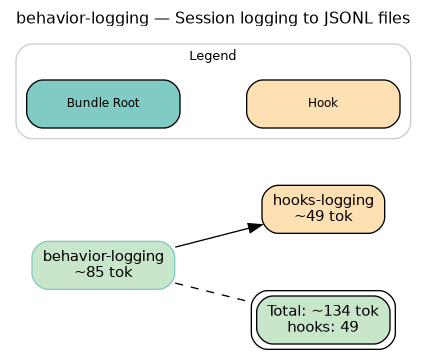
Before: behaviors/logging.png, a diagram exported from Graphviz (microsoft/amplifier-foundation). Its source is kept beside it as behaviors/logging.dot. Source of this version:
```dot
digraph behavior_logging {
    rankdir=LR
    fontname="Helvetica"
    fontsize=12
    label="behavior-logging — Session logging to JSONL files"
    labelloc=t
    labeljust=c
    compound=true
    nodesep=0.6
    ranksep=0.7
    bgcolor="white"
    source_hash="9d5880d9082c2cf100937d2e89dc44be02af28ec2f37e1986bc339985a7cf3e6"

    node [fontname="Helvetica", fontsize=11, style="filled,rounded"]
    edge [fontname="Helvetica", fontsize=9]

    root [label="behavior-logging\n~85 tok", shape=box, fillcolor="#c8e6c9", style="filled,rounded", color="#80cbc4"]
    hook_hooks_logging [label="hooks-logging\n~49 tok", shape=box, fillcolor="#ffe0b2", style="filled,rounded"]
    summary [label="Total: ~134 tok\nhooks: 49", shape=box, fillcolor="#c8e6c9", style="filled,rounded", peripheries=2]

    root -> hook_hooks_logging
    root -> summary [style=dashed, arrowhead=none]

    subgraph cluster_legend {
        label="Legend"
        style="filled,rounded"
        fillcolor="white"
        color="#cccccc"
        fontsize=10
        node [shape=box, fontsize=9, width=1.6]
        leg_root [label="Bundle Root", shape=box, fillcolor="#80cbc4", style="filled,rounded"]
        leg_hook [label="Hook", shape=box, fillcolor="#ffe0b2", style="filled,rounded"]
        leg_root -> leg_hook [style=invis]
    }
}
```
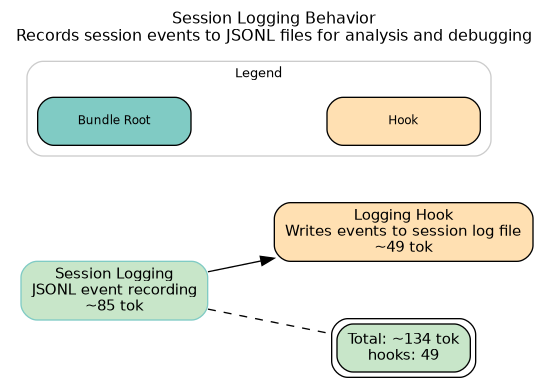
After the change.

Change to the diagram source:
```diff
@@ -2,7 +2,7 @@
     rankdir=LR
     fontname="Helvetica"
     fontsize=12
-    label="behavior-logging — Session logging to JSONL files"
+    label="Session Logging Behavior\nRecords session events to JSONL files for analysis and debugging"
     labelloc=t
     labeljust=c
     compound=true
@@ -14,8 +14,8 @@
     node [fontname="Helvetica", fontsize=11, style="filled,rounded"]
     edge [fontname="Helvetica", fontsize=9]
 
-    root [label="behavior-logging\n~85 tok", shape=box, fillcolor="#c8e6c9", style="filled,rounded", color="#80cbc4"]
-    hook_hooks_logging [label="hooks-logging\n~49 tok", shape=box, fillcolor="#ffe0b2", style="filled,rounded"]
+    root [label="Session Logging\nJSONL event recording\n~85 tok", shape=box, fillcolor="#c8e6c9", style="filled,rounded", color="#80cbc4"]
+    hook_hooks_logging [label="Logging Hook\nWrites events to session log file\n~49 tok", shape=box, fillcolor="#ffe0b2", style="filled,rounded"]
     summary [label="Total: ~134 tok\nhooks: 49", shape=box, fillcolor="#c8e6c9", style="filled,rounded", peripheries=2]
 
     root -> hook_hooks_logging
```
